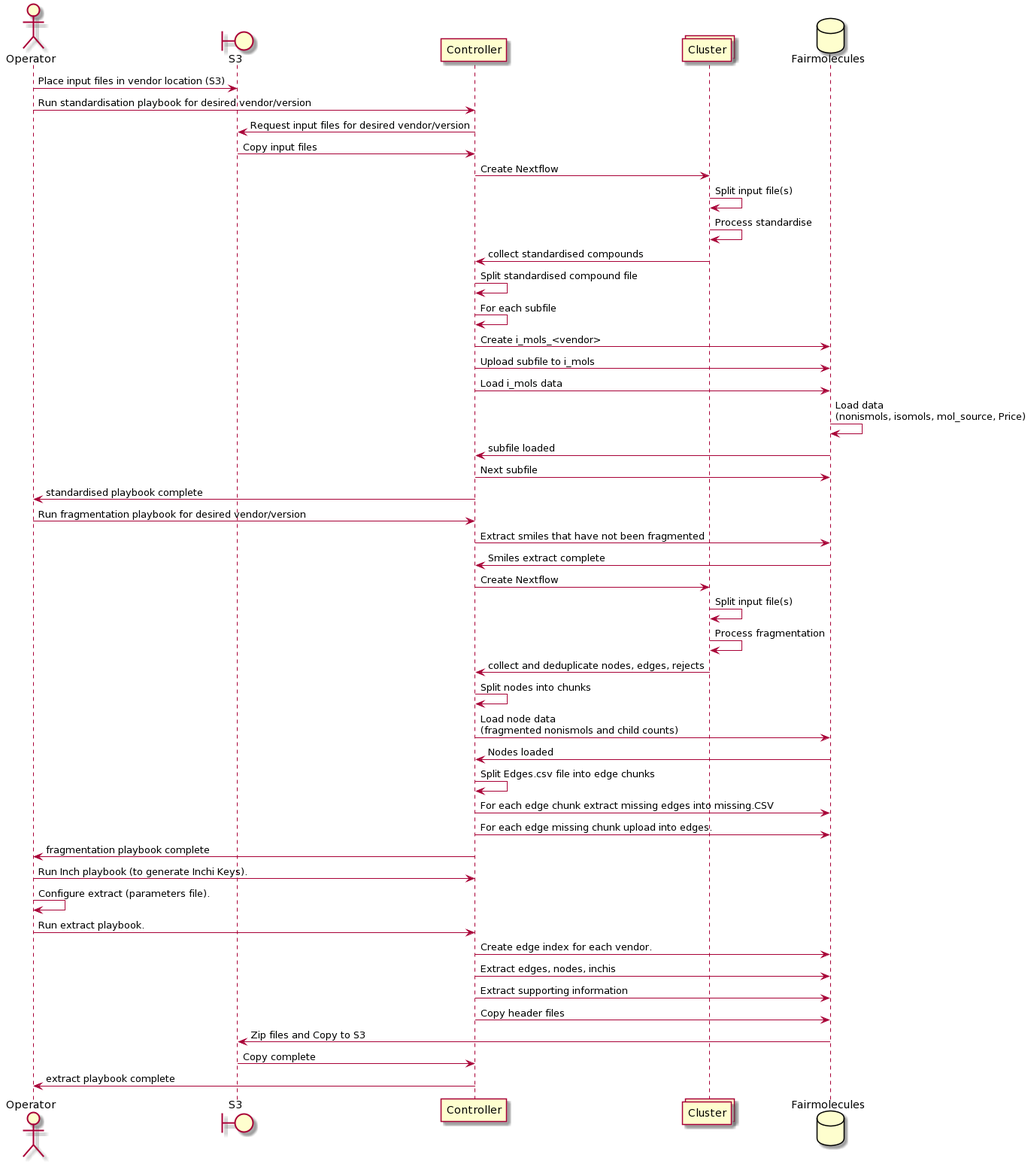
Earlier version of the PlantUML export images/FragmentorSequence.png (InformaticsMatters/fragmentor).
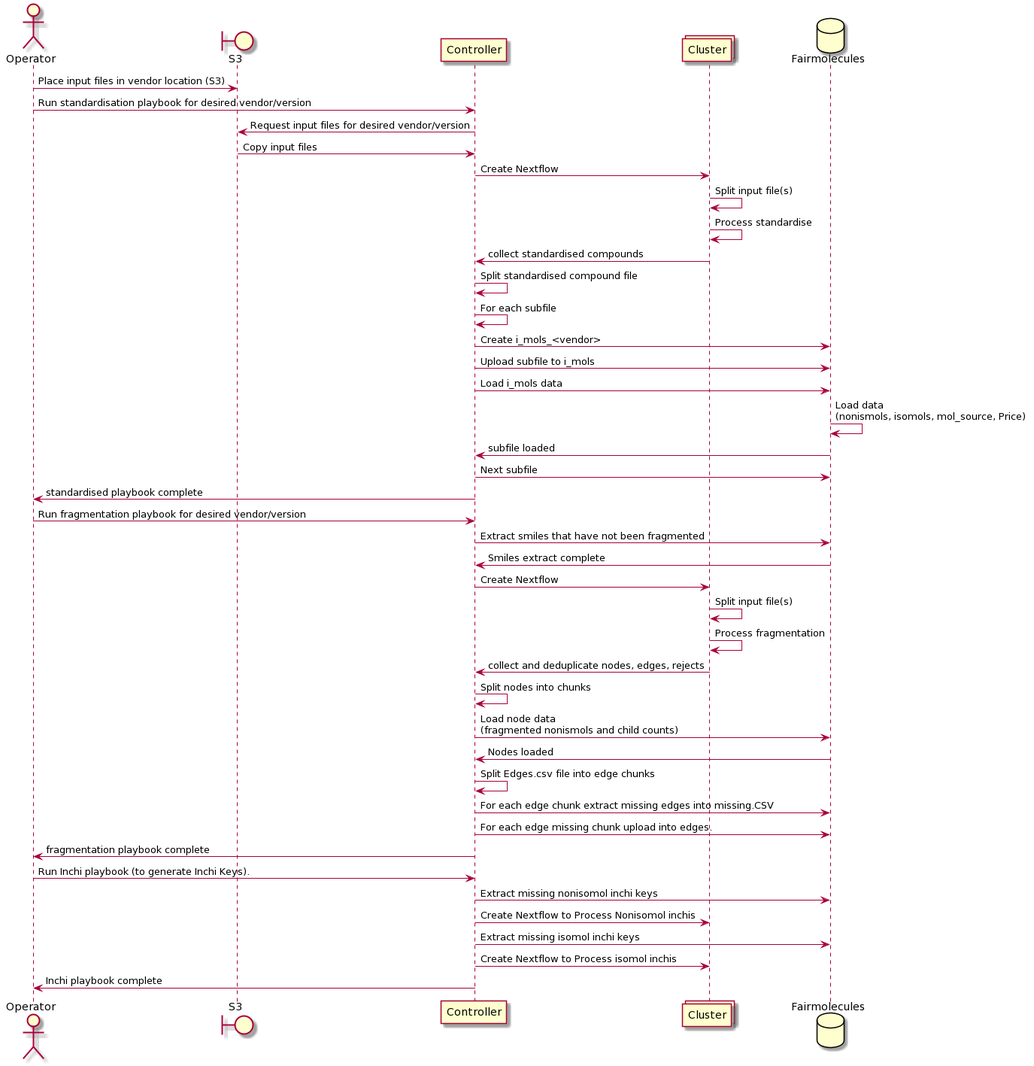
The same diagram one commit later.

Change to the diagram source:
```diff
@@ -34,14 +34,10 @@
 Controller -> Fairmolecules : For each edge chunk extract missing edges into missing.CSV
 Controller -> Fairmolecules : For each edge missing chunk upload into edges.
 Controller -> Operator : fragmentation playbook complete
-Operator -> Controller : Run Inch playbook (to generate Inchi Keys).
-Operator -> Operator : Configure extract (parameters file).
-Operator -> Controller : Run extract playbook.
-Controller -> Fairmolecules : Create edge index for each vendor.
-Controller -> Fairmolecules : Extract edges, nodes, inchis
-Controller -> Fairmolecules : Extract supporting information
-Controller -> Fairmolecules : Copy header files
-Fairmolecules -> S3 : Zip files and Copy to S3
-S3 -> Controller : Copy complete
-Controller -> Operator : extract playbook complete
+Operator -> Controller : Run Inchi playbook (to generate Inchi Keys).
+Controller -> Fairmolecules : Extract missing nonisomol inchi keys
+Controller -> Cluster : Create Nextflow to Process Nonisomol inchis
+Controller -> Fairmolecules : Extract missing isomol inchi keys
+Controller -> Cluster : Create Nextflow to Process isomol inchis
+Controller -> Operator : Inchi playbook complete
 @enduml
```
